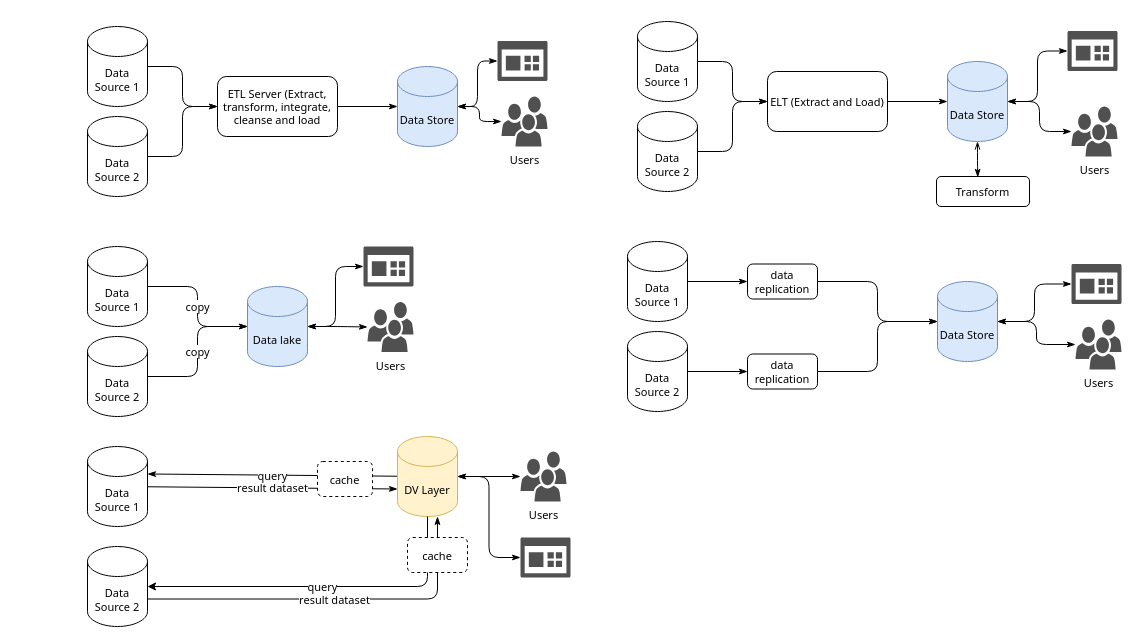
Above: page "Page-4" (4 of 4) of data virtualization.drawio in kanchantewary/MindMaps (draw.io), before the change. Source tidied: cells renumbered, new cells numbered last; positions are measured from the earlier drawing's top-left corner, leaving out a move shared by most shapes. Both pictures are drawn from the tidied source at 100%, with x=0, y=0 at pixel (87, 21).
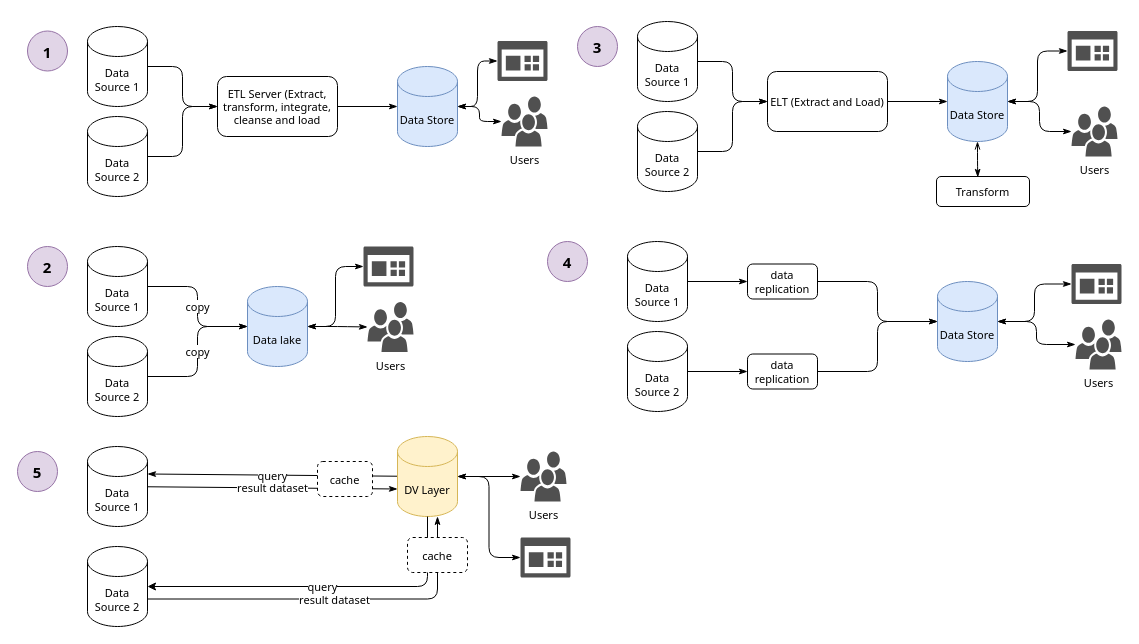
Above is the later version.

The edit, as a diff of the source:
```diff
@@
+    <mxCell id="61" value="&lt;h4&gt;1&lt;/h4&gt;" style="ellipse;whiteSpace=wrap;html=1;fontFamily=Tahoma;fontSize=15;fillColor=#e1d5e7;strokeColor=#9673a6;" parent="1" vertex="1">
+      <mxGeometry x="-60" y="9.5" width="40" height="40" as="geometry" />
+    </mxCell>
+    <mxCell id="62" value="&lt;h4&gt;2&lt;/h4&gt;" style="ellipse;whiteSpace=wrap;html=1;fontFamily=Tahoma;fontSize=15;fillColor=#e1d5e7;strokeColor=#9673a6;" parent="1" vertex="1">
+      <mxGeometry x="-60" y="225" width="40" height="40" as="geometry" />
+    </mxCell>
+    <mxCell id="63" value="&lt;h4&gt;3&lt;/h4&gt;" style="ellipse;whiteSpace=wrap;html=1;fontFamily=Tahoma;fontSize=15;fillColor=#e1d5e7;strokeColor=#9673a6;" parent="1" vertex="1">
+      <mxGeometry x="490" y="5" width="40" height="40" as="geometry" />
+    </mxCell>
+    <mxCell id="64" value="&lt;h4&gt;4&lt;/h4&gt;" style="ellipse;whiteSpace=wrap;html=1;fontFamily=Tahoma;fontSize=15;fillColor=#e1d5e7;strokeColor=#9673a6;" parent="1" vertex="1">
+      <mxGeometry x="460" y="220" width="40" height="40" as="geometry" />
+    </mxCell>
+    <mxCell id="65" value="&lt;h4&gt;5&lt;/h4&gt;" style="ellipse;whiteSpace=wrap;html=1;fontFamily=Tahoma;fontSize=15;fillColor=#e1d5e7;strokeColor=#9673a6;" parent="1" vertex="1">
+      <mxGeometry x="-70" y="430" width="40" height="40" as="geometry" />
+    </mxCell>
```
